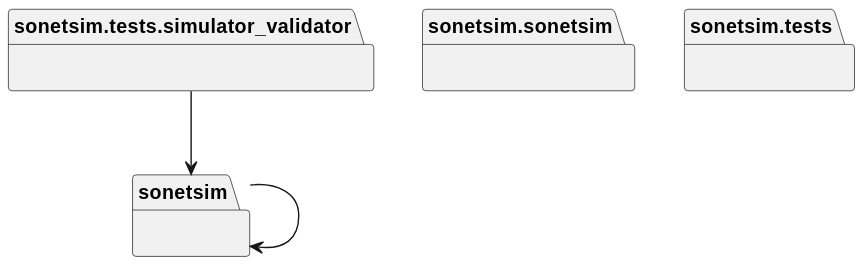
Above: docs/diagrams/python-packages.puml.svg in casonk/sonetsim (PlantUML), before the change.
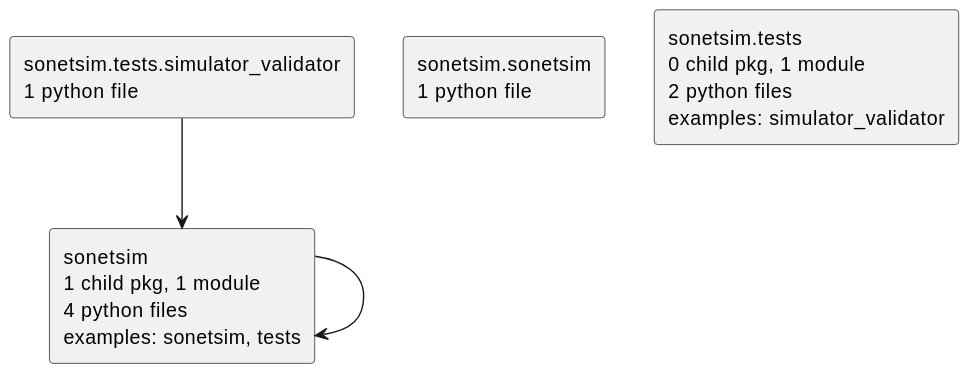
The same diagram one commit later.

Commit message:
docs: refresh python sidecar diagrams

What changed in the source:
```diff
@@ -1,13 +1,11 @@
 @startuml
 set namespaceSeparator none
-package "sonetsim" as sonetsim {
-}
-package "sonetsim.sonetsim" as sonetsim.sonetsim {
-}
-package "sonetsim.tests" as sonetsim.tests {
-}
-package "sonetsim.tests.simulator_validator" as sonetsim.tests.simulator_validator {
-}
+top to bottom direction
+skinparam componentStyle rectangle
+rectangle "sonetsim\n1 child pkg, 1 module\n4 python files\nexamples: sonetsim, tests" as sonetsim
+rectangle "sonetsim.sonetsim\n1 python file" as sonetsim.sonetsim
+rectangle "sonetsim.tests\n0 child pkg, 1 module\n2 python files\nexamples: simulator_validator" as sonetsim.tests
+rectangle "sonetsim.tests.simulator_validator\n1 python file" as sonetsim.tests.simulator_validator
 sonetsim --> sonetsim
 sonetsim.tests.simulator_validator --> sonetsim
 @enduml
```
